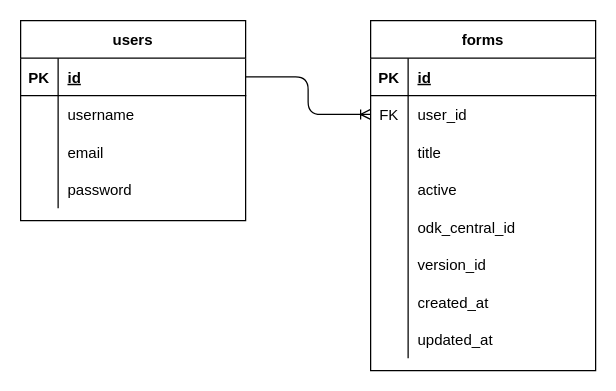
Above: users.drawio in l-gorman/rhomis-diagrams (draw.io), before the change. Source tidied: cells renumbered, new cells numbered last; positions are measured from the earlier drawing's top-left corner, leaving out a move shared by most shapes. Both pictures are drawn from the tidied source at 125%, with x=0, y=0 at pixel (20, 20).
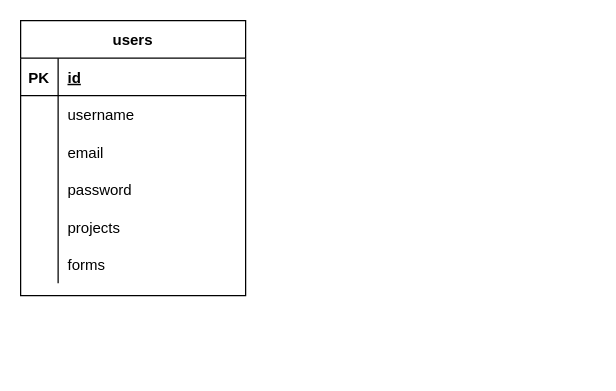
The same diagram, later.

Unchanged cells that the change refers to:
```xml
<mxCell id="3" style="shape=partialRectangle;fillColor=none;top=0;left=0;bottom=1;right=0;points=[[0,0.5],[1,0.5]];portConstraint=eastwest;" parent="2" vertex="1">
  <mxGeometry y="30" width="180" height="30" as="geometry" />
</mxCell>
```

What changed in the source:
```diff
@@
     <mxCell id="2" value="users" style="shape=table;startSize=30;childLayout=tableLayout;rowLines=0;fontStyle=1;align=center;" parent="1" vertex="1">
-      <mxGeometry width="180" height="160" as="geometry" />
+      <mxGeometry width="180" height="220" as="geometry" />
     </mxCell>
@@
+    <mxCell id="28" style="shape=partialRectangle;fillColor=none;top=0;left=0;bottom=0;right=0;" parent="2" vertex="1">
+      <mxGeometry y="150" width="180" height="30" as="geometry" />
+    </mxCell>
+    <mxCell id="41" style="shape=partialRectangle;fillColor=none;top=0;left=0;bottom=0;right=0;overflow=hidden;" parent="28" vertex="1">
+      <mxGeometry width="30" height="30" as="geometry" />
+    </mxCell>
+    <mxCell id="42" value="projects" style="shape=partialRectangle;fillColor=none;top=0;left=0;bottom=0;right=0;align=left;spacingLeft=6;overflow=hidden;" parent="28" vertex="1">
+      <mxGeometry x="30" width="150" height="30" as="geometry" />
+    </mxCell>
+    <mxCell id="31" style="shape=partialRectangle;fillColor=none;top=0;left=0;bottom=0;right=0;" parent="2" vertex="1">
+      <mxGeometry y="180" width="180" height="30" as="geometry" />
+    </mxCell>
+    <mxCell id="43" style="shape=partialRectangle;fillColor=none;top=0;left=0;bottom=0;right=0;overflow=hidden;" parent="31" vertex="1">
+      <mxGeometry width="30" height="30" as="geometry" />
+    </mxCell>
-    <mxCell id="15" value="forms" style="shape=table;startSize=30;childLayout=tableLayout;rowLines=0;fontStyle=1;align=center;" parent="1" vertex="1">
-      <mxGeometry x="280" width="180" height="280" as="geometry" />
+    <mxCell id="15" value="forms" style="shape=partialRectangle;fillColor=none;top=0;left=0;bottom=0;right=0;align=left;spacingLeft=6;overflow=hidden;" parent="31" vertex="1">
+      <mxGeometry x="30" width="150" height="30" as="geometry" />
     </mxCell>
-    <mxCell id="16" style="shape=partialRectangle;fillColor=none;top=0;left=0;bottom=1;right=0;" parent="15" vertex="1">
-      <mxGeometry y="30" width="180" height="30" as="geometry" />
-    </mxCell>
-    <mxCell id="17" value="PK" style="shape=partialRectangle;fillColor=none;top=0;left=0;bottom=0;right=0;fontStyle=1;overflow=hidden;" parent="16" vertex="1">
-      <mxGeometry width="30" height="30" as="geometry" />
-    </mxCell>
-    <mxCell id="18" value="id" style="shape=partialRectangle;fillColor=none;top=0;left=0;bottom=0;right=0;align=left;spacingLeft=6;fontStyle=5;overflow=hidden;" parent="16" vertex="1">
-      <mxGeometry x="30" width="150" height="30" as="geometry" />
-    </mxCell>
-    <mxCell id="19" style="shape=partialRectangle;fillColor=none;top=0;left=0;bottom=0;right=0;points=[[0,0.5],[1,0.5]];portConstraint=eastwest;" parent="15" vertex="1">
-      <mxGeometry y="60" width="180" height="30" as="geometry" />
-    </mxCell>
-    <mxCell id="20" value="FK" style="shape=partialRectangle;fillColor=none;top=0;left=0;bottom=0;right=0;overflow=hidden;" parent="19" vertex="1">
-      <mxGeometry width="30" height="30" as="geometry" />
-    </mxCell>
-    <mxCell id="21" value="user_id" style="shape=partialRectangle;fillColor=none;top=0;left=0;bottom=0;right=0;align=left;spacingLeft=6;overflow=hidden;" parent="19" vertex="1">
-      <mxGeometry x="30" width="150" height="30" as="geometry" />
-    </mxCell>
-    <mxCell id="22" style="shape=partialRectangle;fillColor=none;top=0;left=0;bottom=0;right=0;" parent="15" vertex="1">
-      <mxGeometry y="90" width="180" height="30" as="geometry" />
-    </mxCell>
-    <mxCell id="23" style="shape=partialRectangle;fillColor=none;top=0;left=0;bottom=0;right=0;overflow=hidden;" parent="22" vertex="1">
-      <mxGeometry width="30" height="30" as="geometry" />
-    </mxCell>
-    <mxCell id="24" value="title" style="shape=partialRectangle;fillColor=none;top=0;left=0;bottom=0;right=0;align=left;spacingLeft=6;overflow=hidden;" parent="22" vertex="1">
-      <mxGeometry x="30" width="150" height="30" as="geometry" />
-    </mxCell>
-    <mxCell id="25" style="shape=partialRectangle;fillColor=none;top=0;left=0;bottom=0;right=0;" parent="15" vertex="1">
-      <mxGeometry y="120" width="180" height="30" as="geometry" />
-    </mxCell>
-    <mxCell id="26" style="shape=partialRectangle;fillColor=none;top=0;left=0;bottom=0;right=0;overflow=hidden;" parent="25" vertex="1">
-      <mxGeometry width="30" height="30" as="geometry" />
-    </mxCell>
-    <mxCell id="27" value="active" style="shape=partialRectangle;fillColor=none;top=0;left=0;bottom=0;right=0;align=left;spacingLeft=6;overflow=hidden;" parent="25" vertex="1">
-      <mxGeometry x="30" width="150" height="30" as="geometry" />
-    </mxCell>
-    <mxCell id="28" style="shape=partialRectangle;fillColor=none;top=0;left=0;bottom=0;right=0;" parent="15" vertex="1">
-      <mxGeometry y="150" width="180" height="30" as="geometry" />
-    </mxCell>
-    <mxCell id="29" style="shape=partialRectangle;fillColor=none;top=0;left=0;bottom=0;right=0;overflow=hidden;" parent="28" vertex="1">
-      <mxGeometry width="30" height="30" as="geometry" />
-    </mxCell>
-    <mxCell id="30" value="odk_central_id" style="shape=partialRectangle;fillColor=none;top=0;left=0;bottom=0;right=0;align=left;spacingLeft=6;overflow=hidden;" parent="28" vertex="1">
-      <mxGeometry x="30" width="150" height="30" as="geometry" />
-    </mxCell>
-    <mxCell id="31" style="shape=partialRectangle;fillColor=none;top=0;left=0;bottom=0;right=0;" parent="15" vertex="1">
-      <mxGeometry y="180" width="180" height="30" as="geometry" />
-    </mxCell>
-    <mxCell id="32" style="shape=partialRectangle;fillColor=none;top=0;left=0;bottom=0;right=0;overflow=hidden;" parent="31" vertex="1">
-      <mxGeometry width="30" height="30" as="geometry" />
-    </mxCell>
-    <mxCell id="33" value="version_id" style="shape=partialRectangle;fillColor=none;top=0;left=0;bottom=0;right=0;align=left;spacingLeft=6;overflow=hidden;" parent="31" vertex="1">
-      <mxGeometry x="30" width="150" height="30" as="geometry" />
-    </mxCell>
-    <mxCell id="34" style="shape=partialRectangle;fillColor=none;top=0;left=0;bottom=0;right=0;" parent="15" vertex="1">
-      <mxGeometry y="210" width="180" height="30" as="geometry" />
-    </mxCell>
-    <mxCell id="35" style="shape=partialRectangle;fillColor=none;top=0;left=0;bottom=0;right=0;overflow=hidden;" parent="34" vertex="1">
-      <mxGeometry width="30" height="30" as="geometry" />
-    </mxCell>
-    <mxCell id="36" value="created_at" style="shape=partialRectangle;fillColor=none;top=0;left=0;bottom=0;right=0;align=left;spacingLeft=6;overflow=hidden;" parent="34" vertex="1">
-      <mxGeometry x="30" width="150" height="30" as="geometry" />
-    </mxCell>
-    <mxCell id="37" style="shape=partialRectangle;fillColor=none;top=0;left=0;bottom=0;right=0;" parent="15" vertex="1">
-      <mxGeometry y="240" width="180" height="30" as="geometry" />
-    </mxCell>
-    <mxCell id="38" style="shape=partialRectangle;fillColor=none;top=0;left=0;bottom=0;right=0;overflow=hidden;" parent="37" vertex="1">
-      <mxGeometry width="30" height="30" as="geometry" />
-    </mxCell>
-    <mxCell id="39" value="updated_at" style="shape=partialRectangle;fillColor=none;top=0;left=0;bottom=0;right=0;align=left;spacingLeft=6;overflow=hidden;" parent="37" vertex="1">
-      <mxGeometry x="30" width="150" height="30" as="geometry" />
-    </mxCell>
-    <mxCell id="40" style="edgeStyle=elbowEdgeStyle;fontSize=12;html=1;endArrow=ERoneToMany;exitX=1;exitY=0.5;exitDx=0;exitDy=0;entryX=0;entryY=0.5;entryDx=0;entryDy=0;" parent="1" edge="1" source="3" target="19">
-      <mxGeometry relative="1" as="geometry" />
-    </mxCell>
```
